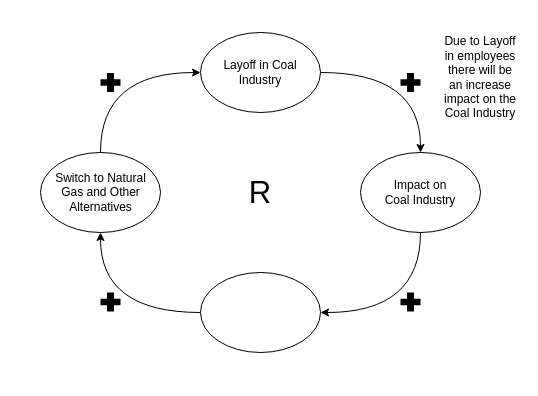
Before: cs2.drawio in Jayrou12345/Flowchart, a draw.io diagram. Source tidied: cells renumbered, new cells numbered last; positions are measured from the earlier drawing's top-left corner, leaving out a move shared by most shapes. Both pictures are drawn from the tidied source at 100%, with x=0, y=0 at pixel (40, 32).
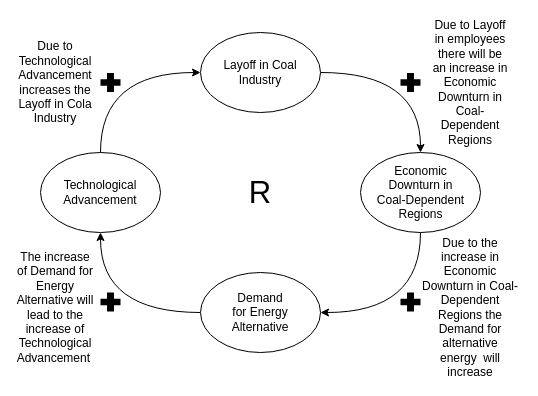
The same diagram, later.

What changed in the source:
```diff
@@
-    <mxCell id="11" value="Impact on Coal Industry" style="text;html=1;strokeColor=none;fillColor=none;align=center;verticalAlign=middle;whiteSpace=wrap;rounded=0;" parent="1" vertex="1">
-      <mxGeometry x="340" y="145" width="80" height="30" as="geometry" />
+    <mxCell id="11" value="Economic Downturn in Coal-Dependent Regions" style="text;html=1;strokeColor=none;fillColor=none;align=center;verticalAlign=middle;whiteSpace=wrap;rounded=0;" parent="1" vertex="1">
+      <mxGeometry x="332.5" y="145" width="95" height="30" as="geometry" />
     </mxCell>
-    <mxCell id="12" value="Switch to Natural Gas and Other Alternatives" style="text;html=1;strokeColor=none;fillColor=none;align=center;verticalAlign=middle;whiteSpace=wrap;rounded=0;" parent="1" vertex="1">
-      <mxGeometry x="12.5" y="145" width="95" height="30" as="geometry" />
-    </mxCell>
@@
-    <mxCell id="18" value="Due to Layoff in employees there will be an increase impact on the Coal Industry" style="text;html=1;strokeColor=none;fillColor=none;align=center;verticalAlign=middle;whiteSpace=wrap;rounded=0;" parent="1" vertex="1">
-      <mxGeometry x="400" y="29.5" width="80" height="30" as="geometry" />
+    <mxCell id="18" value="Due to Layoff in employees there will be an increase in Economic Downturn in Coal-Dependent Regions" style="text;html=1;strokeColor=none;fillColor=none;align=center;verticalAlign=middle;whiteSpace=wrap;rounded=0;" parent="1" vertex="1">
+      <mxGeometry x="390" y="35" width="80" height="30" as="geometry" />
     </mxCell>
+    <mxCell id="19" value="Due to the increase in Economic Downturn in Coal-Dependent Regions the Demand for alternative energy&amp;nbsp; will increase" style="text;html=1;strokeColor=none;fillColor=none;align=center;verticalAlign=middle;whiteSpace=wrap;rounded=0;" parent="1" vertex="1">
+      <mxGeometry x="380" y="260" width="100" height="30" as="geometry" />
+    </mxCell>
+    <mxCell id="20" value="Technological Advancement" style="text;html=1;strokeColor=none;fillColor=none;align=center;verticalAlign=middle;whiteSpace=wrap;rounded=0;" parent="1" vertex="1">
+      <mxGeometry x="20" y="145" width="80" height="30" as="geometry" />
+    </mxCell>
+    <mxCell id="21" value="Demand for Energy Alternative" style="text;html=1;strokeColor=none;fillColor=none;align=center;verticalAlign=middle;whiteSpace=wrap;rounded=0;" parent="1" vertex="1">
+      <mxGeometry x="190" y="265" width="60" height="30" as="geometry" />
+    </mxCell>
+    <mxCell id="22" value="The increase of Demand for Energy Alternative will lead to the increase of Technological Advancement&amp;nbsp;" style="text;html=1;strokeColor=none;fillColor=none;align=center;verticalAlign=middle;whiteSpace=wrap;rounded=0;" parent="1" vertex="1">
+      <mxGeometry x="-20" y="260" width="70" height="30" as="geometry" />
+    </mxCell>
+    <mxCell id="23" value="Due to&lt;br&gt;Technological Advancement increases the Layoff in Cola Industry" style="text;html=1;strokeColor=none;fillColor=none;align=center;verticalAlign=middle;whiteSpace=wrap;rounded=0;" parent="1" vertex="1">
+      <mxGeometry x="-20" y="12.5" width="70" height="75" as="geometry" />
+    </mxCell>
```
